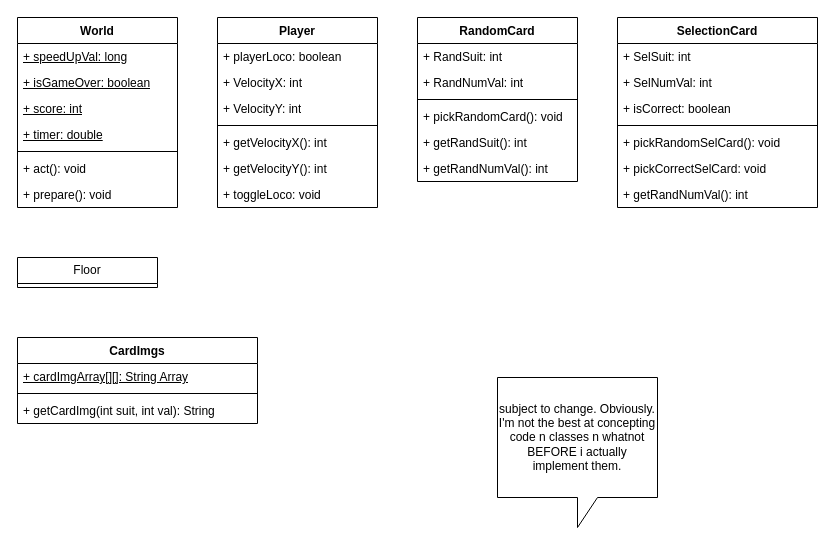
Above: umal_SamLong.drawio in Thumtacka/CSC170 (draw.io), before the change. Source tidied: cells renumbered, new cells numbered last; positions are measured from the earlier drawing's top-left corner, leaving out a move shared by most shapes. Both pictures are drawn from the tidied source at 100%, with x=0, y=0 at pixel (17, 17).
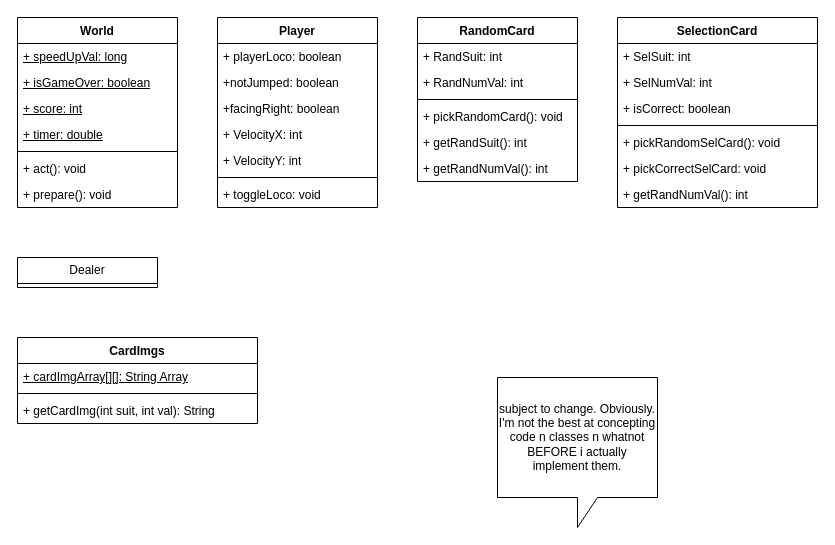
The same page after the edit.

The change refers to these unchanged cells:
```xml
<mxCell id="11" value="Player" style="swimlane;fontStyle=1;align=center;verticalAlign=top;horizontal=1;startSize=26;whiteSpace=wrap;html=1;" parent="1" vertex="1">
  <mxGeometry x="200" width="160" height="190" as="geometry" />
</mxCell>
```

Diff of the diagram source:
```diff
@@
-    <mxCell id="10" value="Floor" style="swimlane;fontStyle=0;horizontal=1;startSize=26;fillColor=none;whiteSpace=wrap;html=1;" parent="1" vertex="1">
+    <mxCell id="10" value="Dealer" style="swimlane;fontStyle=0;horizontal=1;startSize=26;fillColor=none;whiteSpace=wrap;html=1;" parent="1" vertex="1">
       <mxGeometry y="240" width="140" height="30" as="geometry" />
     </mxCell>
@@
+    <mxCell id="39" value="+ playerLoco: boolean" style="text;strokeColor=none;fillColor=none;align=left;verticalAlign=top;spacingLeft=4;spacingRight=4;overflow=hidden;whiteSpace=wrap;html=1;" parent="11" vertex="1">
+      <mxGeometry y="26" width="160" height="26" as="geometry" />
+    </mxCell>
+    <mxCell id="40" value="+notJumped: boolean" style="text;strokeColor=none;fillColor=none;align=left;verticalAlign=top;spacingLeft=4;spacingRight=4;overflow=hidden;whiteSpace=wrap;html=1;" parent="11" vertex="1">
+      <mxGeometry y="52" width="160" height="26" as="geometry" />
+    </mxCell>
-    <mxCell id="12" value="+ playerLoco: boolean" style="text;strokeColor=none;fillColor=none;align=left;verticalAlign=top;spacingLeft=4;spacingRight=4;overflow=hidden;whiteSpace=wrap;html=1;" parent="11" vertex="1">
-      <mxGeometry y="26" width="160" height="26" as="geometry" />
+    <mxCell id="12" value="+facingRight: boolean" style="text;strokeColor=none;fillColor=none;align=left;verticalAlign=top;spacingLeft=4;spacingRight=4;overflow=hidden;whiteSpace=wrap;html=1;" parent="11" vertex="1">
+      <mxGeometry y="78" width="160" height="26" as="geometry" />
     </mxCell>
     <mxCell id="13" value="+ VelocityX: int" style="text;strokeColor=none;fillColor=none;align=left;verticalAlign=top;spacingLeft=4;spacingRight=4;overflow=hidden;whiteSpace=wrap;html=1;" parent="11" vertex="1">
-      <mxGeometry y="52" width="160" height="26" as="geometry" />
+      <mxGeometry y="104" width="160" height="26" as="geometry" />
     </mxCell>
     <mxCell id="14" value="+ VelocityY: int" style="text;strokeColor=none;fillColor=none;align=left;verticalAlign=top;spacingLeft=4;spacingRight=4;overflow=hidden;whiteSpace=wrap;html=1;" parent="11" vertex="1">
-      <mxGeometry y="78" width="160" height="26" as="geometry" />
+      <mxGeometry y="130" width="160" height="26" as="geometry" />
     </mxCell>
     <mxCell id="15" style="line;strokeWidth=1;fillColor=none;align=left;verticalAlign=middle;spacingTop=-1;spacingLeft=3;spacingRight=3;labelPosition=right;strokeColor=inherit;" parent="11" vertex="1">
-      <mxGeometry y="104" width="160" height="8" as="geometry" />
+      <mxGeometry y="156" width="160" height="8" as="geometry" />
     </mxCell>
-    <mxCell id="16" value="+ getVelocityX(): int" style="text;strokeColor=none;fillColor=none;align=left;verticalAlign=top;spacingLeft=4;spacingRight=4;overflow=hidden;whiteSpace=wrap;html=1;" parent="11" vertex="1">
-      <mxGeometry y="112" width="160" height="26" as="geometry" />
-    </mxCell>
-    <mxCell id="17" value="+ getVelocityY(): int" style="text;strokeColor=none;fillColor=none;align=left;verticalAlign=top;spacingLeft=4;spacingRight=4;overflow=hidden;whiteSpace=wrap;html=1;" parent="11" vertex="1">
-      <mxGeometry y="138" width="160" height="26" as="geometry" />
-    </mxCell>
```
